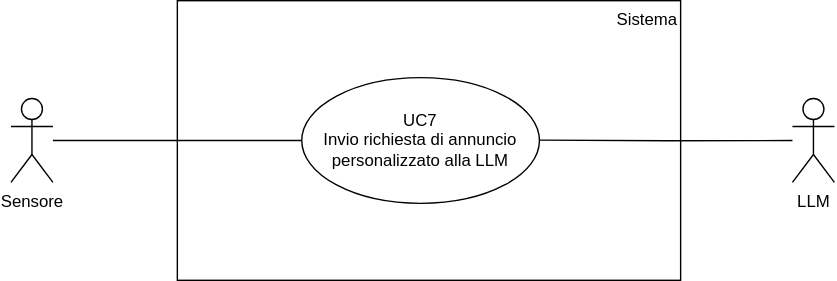
The draw.io diagram assets/use_cases/UC4.svg in SWEatUNIPD/docs, before a commit. Source tidied: cells renumbered, new cells last; positions are measured from the earlier drawing's top-left corner, leaving out a move shared by most shapes.
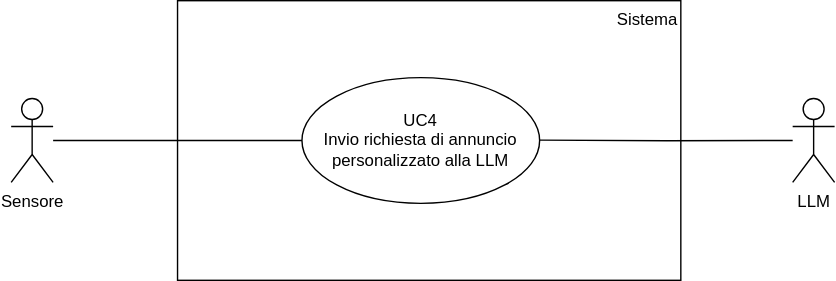
Above is the later version.

Change to the diagram source:
```diff
@@ -5,22 +5,22 @@
     <mxCell id="2" value="Sistema" style="html=1;whiteSpace=wrap;verticalAlign=top;align=right;" parent="1" vertex="1">
       <mxGeometry x="119" width="360" height="200" as="geometry" />
     </mxCell>
-    <mxCell id="3" style="edgeStyle=orthogonalEdgeStyle;rounded=0;jettySize=auto;html=1;entryX=0;entryY=0.5;entryDx=0;entryDy=0;endArrow=none;endFill=0;" parent="1" edge="1" source="4" target="5">
-      <mxGeometry relative="1" as="geometry" />
-    </mxCell>
+    <mxCell id="8" style="edgeStyle=orthogonalEdgeStyle;rounded=0;jettySize=auto;html=1;entryX=0;entryY=0.5;entryDx=0;entryDy=0;endArrow=none;endFill=0;" parent="1" edge="1" source="4" target="9">
+      <mxGeometry relative="1" as="geometry" />
+    </mxCell>
     <mxCell id="4" value="Sensore" style="shape=umlActor;verticalLabelPosition=bottom;verticalAlign=top;html=1;outlineConnect=0;" parent="1" vertex="1">
       <mxGeometry y="70" width="30" height="60" as="geometry" />
     </mxCell>
-    <mxCell id="5" value="UC7&lt;div&gt;Invio richiesta di annuncio personalizzato alla LLM&lt;/div&gt;" style="ellipse;whiteSpace=wrap;html=1;" parent="1" vertex="1">
-      <mxGeometry x="208" y="55" width="170" height="90" as="geometry" />
-    </mxCell>
+    <mxCell id="9" value="UC4&lt;div&gt;Invio richiesta di annuncio personalizzato alla LLM&lt;/div&gt;" style="ellipse;whiteSpace=wrap;html=1;" parent="1" vertex="1">
+      <mxGeometry x="208" y="55" width="170" height="90" as="geometry" />
+    </mxCell>
     <mxCell id="6" value="LLM" style="shape=umlActor;verticalLabelPosition=bottom;verticalAlign=top;html=1;outlineConnect=0;" parent="1" vertex="1">
       <mxGeometry x="559" y="70" width="30" height="60" as="geometry" />
     </mxCell>
-    <mxCell id="7" style="edgeStyle=orthogonalEdgeStyle;rounded=0;jettySize=auto;html=1;endArrow=none;endFill=0;" parent="1" edge="1" target="6">
-      <mxGeometry relative="1" as="geometry">
-        <mxPoint x="378" y="99.7" as="sourcePoint" />
-      </mxGeometry>
-    </mxCell>
+    <mxCell id="10" style="edgeStyle=orthogonalEdgeStyle;rounded=0;jettySize=auto;html=1;endArrow=none;endFill=0;" parent="1" edge="1" target="6">
+      <mxGeometry relative="1" as="geometry">
+        <mxPoint x="378" y="99.7" as="sourcePoint" />
+      </mxGeometry>
+    </mxCell>
   </root>
 </mxGraphModel>
```
